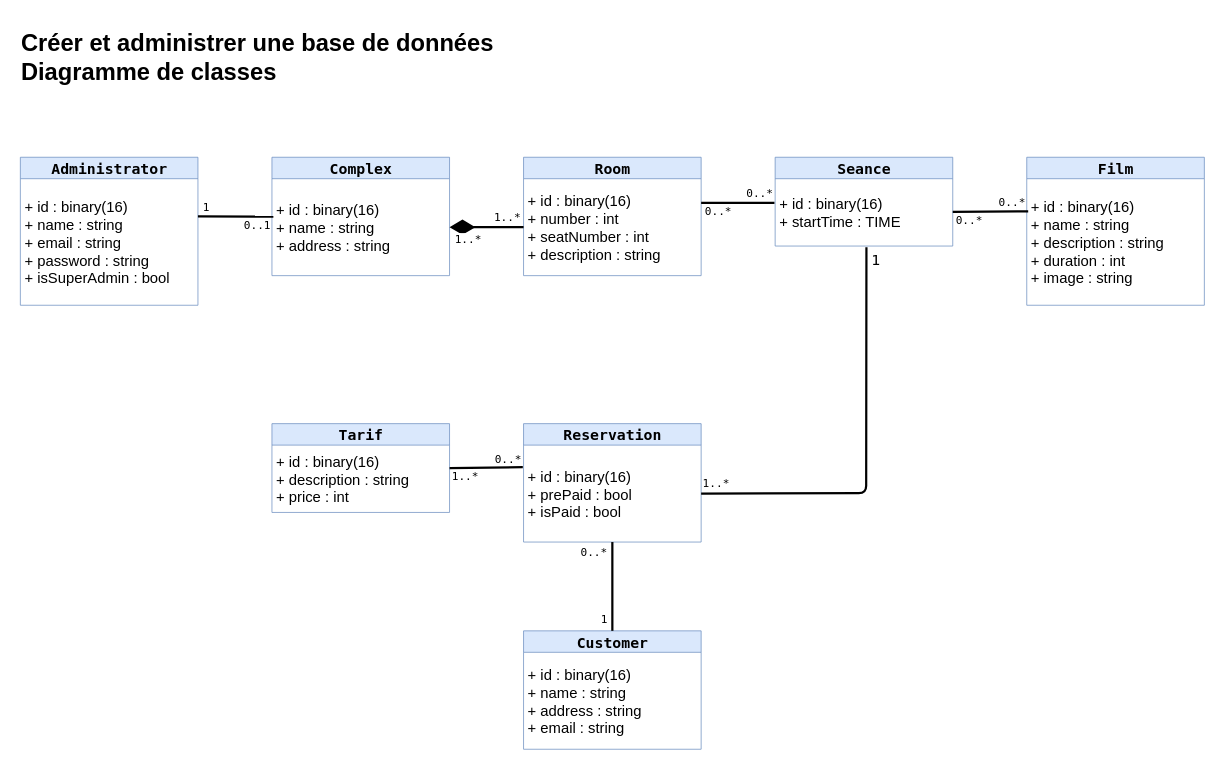
Before: Diagramme de classes.drawio in CJiwan68/Evaluation-Studi---Cr-er-et-administrer-une-base-donn-es, a draw.io diagram. Source tidied: cells renumbered, new cells numbered last; positions are measured from the earlier drawing's top-left corner, leaving out a move shared by most shapes. Both pictures are drawn from the tidied source at 74%, with x=0, y=0 at pixel (13, 24).
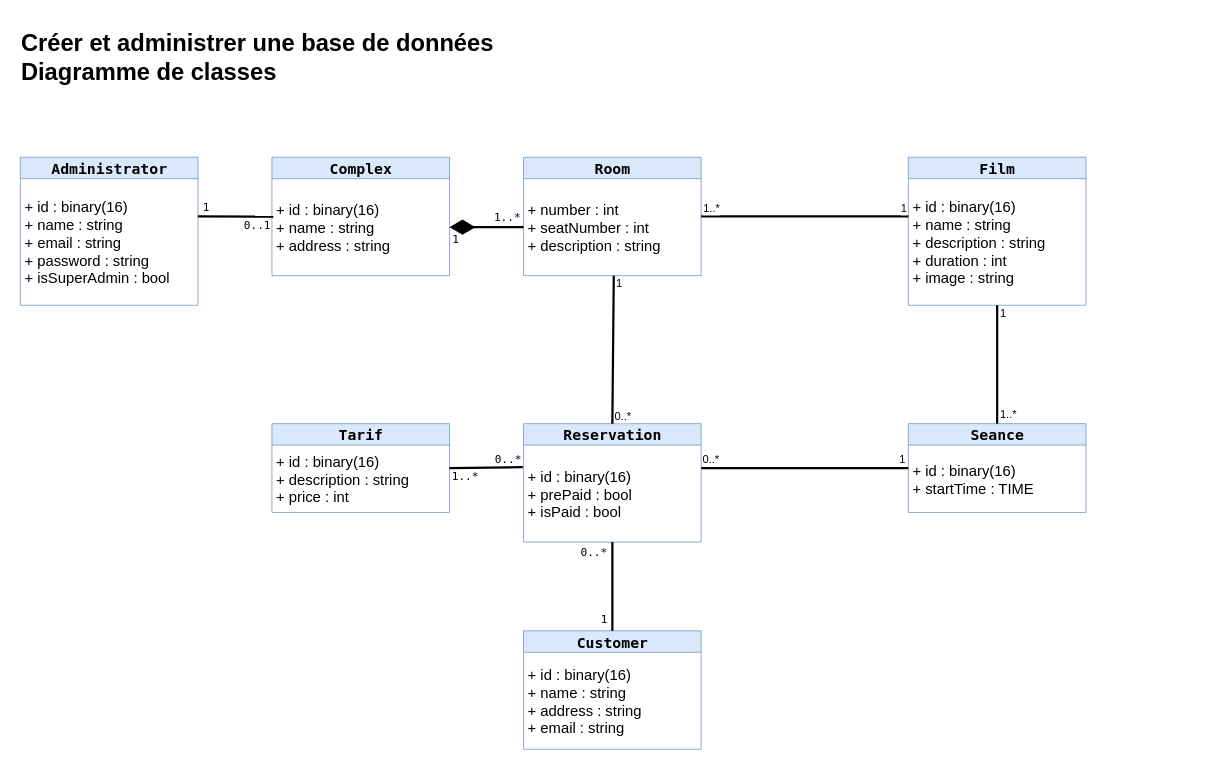
After the change.

Commit message (it also covers changes not shown here):
Evolution Structure

Révision de la structure de la base de donnée

The change refers to these unchanged cells:
```xml
<mxCell id="6" value="Room" style="swimlane;fontStyle=1;align=center;verticalAlign=middle;horizontal=1;startSize=29;html=1;fillColor=#dae8fc;strokeColor=#6c8ebf;fontFamily=Lucida Console;fontSize=20;" parent="1" vertex="1">
  <mxGeometry x="690" y="180" width="240" height="160" as="geometry" />
</mxCell>
<mxCell id="9" value="+ id : binary(16)&lt;br style=&quot;font-size: 20px;&quot;&gt;+ startTime : TIME" style="text;html=1;strokeColor=none;fillColor=none;align=left;verticalAlign=middle;spacingLeft=4;spacingRight=4;overflow=hidden;points=[[0,0.5],[1,0.5]];portConstraint=eastwest;fontSize=20;" parent="8" vertex="1">
  <mxGeometry y="29" width="240" height="91" as="geometry" />
</mxCell>
<mxCell id="11" value="+ id : binary(16)&lt;br style=&quot;font-size: 20px;&quot;&gt;+ name : string&lt;br style=&quot;font-size: 20px;&quot;&gt;+ description : string&lt;br style=&quot;font-size: 20px;&quot;&gt;+ duration : int&lt;br style=&quot;font-size: 20px;&quot;&gt;+ image : string" style="text;html=1;strokeColor=none;fillColor=none;align=left;verticalAlign=middle;spacingLeft=4;spacingRight=4;overflow=hidden;points=[[0,0.5],[1,0.5]];portConstraint=eastwest;fontSize=20;" parent="10" vertex="1">
  <mxGeometry y="29" width="240" height="171" as="geometry" />
</mxCell>
<mxCell id="14" value="Reservation" style="swimlane;fontStyle=1;align=center;verticalAlign=middle;horizontal=1;startSize=29;html=1;fillColor=#dae8fc;strokeColor=#6c8ebf;fontFamily=Lucida Console;fontSize=20;" parent="1" vertex="1">
  <mxGeometry x="690" y="540" width="240" height="160" as="geometry" />
</mxCell>
<mxCell id="15" value="+ id : binary(16)&lt;br style=&quot;font-size: 20px;&quot;&gt;+ prePaid : bool&lt;br style=&quot;font-size: 20px;&quot;&gt;+ isPaid : bool" style="text;html=1;strokeColor=none;fillColor=none;align=left;verticalAlign=middle;spacingLeft=4;spacingRight=4;overflow=hidden;points=[[0,0.5],[1,0.5]];portConstraint=eastwest;fontSize=20;" parent="14" vertex="1">
  <mxGeometry y="29" width="240" height="131" as="geometry" />
</mxCell>
```

The edit, as a diff of the source:
```diff
@@
-    <mxCell id="7" value="+ id : binary(16)&lt;br style=&quot;font-size: 20px;&quot;&gt;+ number : int&lt;br style=&quot;font-size: 20px;&quot;&gt;+ seatNumber : int&lt;br style=&quot;font-size: 20px;&quot;&gt;+ description : string" style="text;html=1;strokeColor=none;fillColor=none;align=left;verticalAlign=middle;spacingLeft=4;spacingRight=4;overflow=hidden;points=[[0,0.5],[1,0.5]];portConstraint=eastwest;fontSize=20;" parent="6" vertex="1">
+    <mxCell id="7" value="+ number : int&lt;br style=&quot;font-size: 20px&quot;&gt;+ seatNumber : int&lt;br style=&quot;font-size: 20px&quot;&gt;+ description : string" style="text;html=1;strokeColor=none;fillColor=none;align=left;verticalAlign=middle;spacingLeft=4;spacingRight=4;overflow=hidden;points=[[0,0.5],[1,0.5]];portConstraint=eastwest;fontSize=20;" parent="6" vertex="1">
       <mxGeometry y="29" width="240" height="131" as="geometry" />
     </mxCell>
     <mxCell id="8" value="Seance" style="swimlane;fontStyle=1;align=center;verticalAlign=middle;horizontal=1;startSize=29;html=1;fillColor=#dae8fc;strokeColor=#6c8ebf;fontFamily=Lucida Console;fontSize=20;" parent="1" vertex="1">
-      <mxGeometry x="1030" y="180" width="240" height="120" as="geometry" />
+      <mxGeometry x="1210" y="540" width="240" height="120" as="geometry" />
     </mxCell>
@@
     <mxCell id="10" value="Film" style="swimlane;fontStyle=1;align=center;verticalAlign=middle;horizontal=1;startSize=29;html=1;fillColor=#dae8fc;strokeColor=#6c8ebf;fontFamily=Lucida Console;fontSize=20;" parent="1" vertex="1">
-      <mxGeometry x="1370" y="180" width="240" height="200" as="geometry" />
+      <mxGeometry x="1210" y="180" width="240" height="200" as="geometry" />
     </mxCell>
@@
-    <mxCell id="18" style="endArrow=none;startArrow=none;endFill=0;startFill=0;endSize=8;html=1;verticalAlign=bottom;labelBackgroundColor=none;strokeWidth=3;fontFamily=Lucida Console;fontSize=20;entryX=0.514;entryY=1.019;entryDx=0;entryDy=0;entryPerimeter=0;exitX=1;exitY=0.5;exitDx=0;exitDy=0;sketch=0;shadow=0;rounded=1;" parent="1" edge="1" source="15" target="9">
-      <mxGeometry relative="1" as="geometry">
-        <Array as="points">
-          <mxPoint x="1153" y="634" />
-        </Array>
-      </mxGeometry>
-    </mxCell>
-    <mxCell id="19" value="1" style="edgeLabel;html=1;align=center;verticalAlign=middle;fontSize=20;fontFamily=Lucida Console;" parent="18" vertex="1">
-      <mxGeometry x="0.8" y="-3" relative="1" as="geometry">
-        <mxPoint x="9" y="-40" as="offset" />
-      </mxGeometry>
-    </mxCell>
-    <mxCell id="20" value="1..*" style="edgeLabel;html=1;align=center;verticalAlign=middle;fontSize=15;fontFamily=Lucida Console;" parent="18" vertex="1">
-      <mxGeometry x="-0.91" y="1" relative="1" as="geometry">
-        <mxPoint x="-5" y="-14" as="offset" />
-      </mxGeometry>
-    </mxCell>
@@
-    <mxCell id="27" style="endArrow=none;startArrow=none;endFill=0;startFill=0;endSize=8;html=1;verticalAlign=bottom;labelBackgroundColor=none;strokeWidth=3;rounded=1;shadow=0;sketch=0;fontFamily=Lucida Console;fontSize=20;entryX=0.008;entryY=0.258;entryDx=0;entryDy=0;entryPerimeter=0;" parent="1" edge="1" source="9" target="11">
-      <mxGeometry relative="1" as="geometry" />
-    </mxCell>
-    <mxCell id="28" value="0..*" style="edgeLabel;html=1;align=center;verticalAlign=middle;fontSize=15;fontFamily=Lucida Console;" parent="27" vertex="1">
-      <mxGeometry x="-0.68" y="-1" relative="1" as="geometry">
-        <mxPoint x="5" y="10" as="offset" />
-      </mxGeometry>
-    </mxCell>
-    <mxCell id="29" value="0..*" style="edgeLabel;html=1;align=center;verticalAlign=middle;fontSize=15;fontFamily=Lucida Console;" parent="27" vertex="1">
-      <mxGeometry x="0.66" relative="1" as="geometry">
-        <mxPoint x="-5" y="-14" as="offset" />
-      </mxGeometry>
-    </mxCell>
-    <mxCell id="30" style="endArrow=none;startArrow=none;endFill=0;startFill=0;endSize=8;html=1;verticalAlign=bottom;labelBackgroundColor=none;strokeWidth=3;rounded=1;shadow=0;sketch=0;fontFamily=Lucida Console;fontSize=20;entryX=-0.004;entryY=0.359;entryDx=0;entryDy=0;entryPerimeter=0;exitX=1;exitY=0.249;exitDx=0;exitDy=0;exitPerimeter=0;" parent="1" edge="1" source="7" target="9">
-      <mxGeometry relative="1" as="geometry" />
-    </mxCell>
-    <mxCell id="31" value="0..*" style="edgeLabel;html=1;align=center;verticalAlign=middle;fontSize=15;fontFamily=Lucida Console;" parent="30" vertex="1">
-      <mxGeometry x="-0.3" y="1" relative="1" as="geometry">
-        <mxPoint x="-13" y="12" as="offset" />
-      </mxGeometry>
-    </mxCell>
-    <mxCell id="32" value="0..*" style="edgeLabel;html=1;align=center;verticalAlign=middle;fontSize=15;fontFamily=Lucida Console;" parent="30" vertex="1">
-      <mxGeometry x="0.57" y="-1" relative="1" as="geometry">
-        <mxPoint x="1" y="-15" as="offset" />
-      </mxGeometry>
-    </mxCell>
@@
-    <mxCell id="39" value="1..*" style="edgeLabel;html=1;align=center;verticalAlign=middle;fontSize=15;fontFamily=Lucida Console;" parent="1" vertex="1">
-      <mxGeometry x="670" y="260" as="geometry">
+    <mxCell id="39" value="1" style="edgeLabel;html=1;align=center;verticalAlign=middle;fontSize=15;fontFamily=Lucida Console;" parent="1" vertex="1">
+      <mxGeometry x="653" y="260" as="geometry">
         <mxPoint x="-56" y="30" as="offset" />
       </mxGeometry>
     </mxCell>
+    <mxCell id="40" style="endArrow=none;startArrow=none;endFill=0;startFill=0;endSize=8;html=1;verticalAlign=bottom;labelBackgroundColor=none;strokeWidth=3;rounded=0;entryX=0;entryY=0.298;entryDx=0;entryDy=0;entryPerimeter=0;" parent="1" edge="1" target="11">
+      <mxGeometry relative="1" as="geometry">
+        <mxPoint x="930" y="260" as="sourcePoint" />
+      </mxGeometry>
+    </mxCell>
+    <mxCell id="41" value="1..*" style="edgeLabel;html=1;align=center;verticalAlign=middle;fontSize=15;" parent="40" vertex="1">
+      <mxGeometry x="-0.89" y="-1" relative="1" as="geometry">
+        <mxPoint x="-2" y="-12" as="offset" />
+      </mxGeometry>
+    </mxCell>
+    <mxCell id="42" value="1" style="edgeLabel;html=1;align=center;verticalAlign=middle;fontSize=15;" parent="40" vertex="1">
+      <mxGeometry x="0.87" y="-3" relative="1" as="geometry">
+        <mxPoint x="11" y="-14" as="offset" />
+      </mxGeometry>
+    </mxCell>
+    <mxCell id="43" style="endArrow=none;startArrow=none;endFill=0;startFill=0;endSize=8;html=1;verticalAlign=bottom;labelBackgroundColor=none;strokeWidth=3;rounded=0;fontSize=15;entryX=0.508;entryY=1;entryDx=0;entryDy=0;entryPerimeter=0;exitX=0.5;exitY=0;exitDx=0;exitDy=0;" parent="1" edge="1" source="14" target="7">
+      <mxGeometry relative="1" as="geometry" />
+    </mxCell>
+    <mxCell id="44" value="1" style="edgeLabel;html=1;align=center;verticalAlign=middle;fontSize=15;" parent="43" vertex="1">
+      <mxGeometry x="0.87" relative="1" as="geometry">
+        <mxPoint x="7" y="-4" as="offset" />
+      </mxGeometry>
+    </mxCell>
+    <mxCell id="45" value="0..*" style="edgeLabel;html=1;align=center;verticalAlign=middle;fontSize=15;" parent="43" vertex="1">
+      <mxGeometry x="-0.78" y="-1" relative="1" as="geometry">
+        <mxPoint x="12" y="11" as="offset" />
+      </mxGeometry>
+    </mxCell>
+    <mxCell id="46" style="endArrow=none;startArrow=none;endFill=0;startFill=0;endSize=8;html=1;verticalAlign=bottom;labelBackgroundColor=none;strokeWidth=3;rounded=0;fontSize=15;entryX=0;entryY=0.341;entryDx=0;entryDy=0;entryPerimeter=0;" parent="1" edge="1" target="9">
+      <mxGeometry relative="1" as="geometry">
+        <mxPoint x="930" y="600" as="sourcePoint" />
+      </mxGeometry>
+    </mxCell>
+    <mxCell id="47" value="1" style="edgeLabel;html=1;align=center;verticalAlign=middle;fontSize=15;" parent="46" vertex="1">
+      <mxGeometry x="0.91" relative="1" as="geometry">
+        <mxPoint x="5" y="-13" as="offset" />
+      </mxGeometry>
+    </mxCell>
+    <mxCell id="48" value="0..*" style="edgeLabel;html=1;align=center;verticalAlign=middle;fontSize=15;" parent="46" vertex="1">
+      <mxGeometry x="-0.88" y="-3" relative="1" as="geometry">
+        <mxPoint x="-4" y="-16" as="offset" />
+      </mxGeometry>
+    </mxCell>
+    <mxCell id="49" style="endArrow=none;startArrow=none;endFill=0;startFill=0;endSize=8;html=1;verticalAlign=bottom;labelBackgroundColor=none;strokeWidth=3;rounded=0;fontSize=15;exitX=0.5;exitY=0;exitDx=0;exitDy=0;" parent="1" edge="1" source="8" target="11">
+      <mxGeometry relative="1" as="geometry" />
+    </mxCell>
+    <mxCell id="50" value="1" style="edgeLabel;html=1;align=center;verticalAlign=middle;fontSize=15;" parent="49" vertex="1">
+      <mxGeometry x="0.78" y="-2" relative="1" as="geometry">
+        <mxPoint x="5" y="-8" as="offset" />
+      </mxGeometry>
+    </mxCell>
+    <mxCell id="51" value="1..*" style="edgeLabel;html=1;align=center;verticalAlign=middle;fontSize=15;" parent="49" vertex="1">
+      <mxGeometry x="-0.76" y="-1" relative="1" as="geometry">
+        <mxPoint x="13" y="5" as="offset" />
+      </mxGeometry>
+    </mxCell>
```
